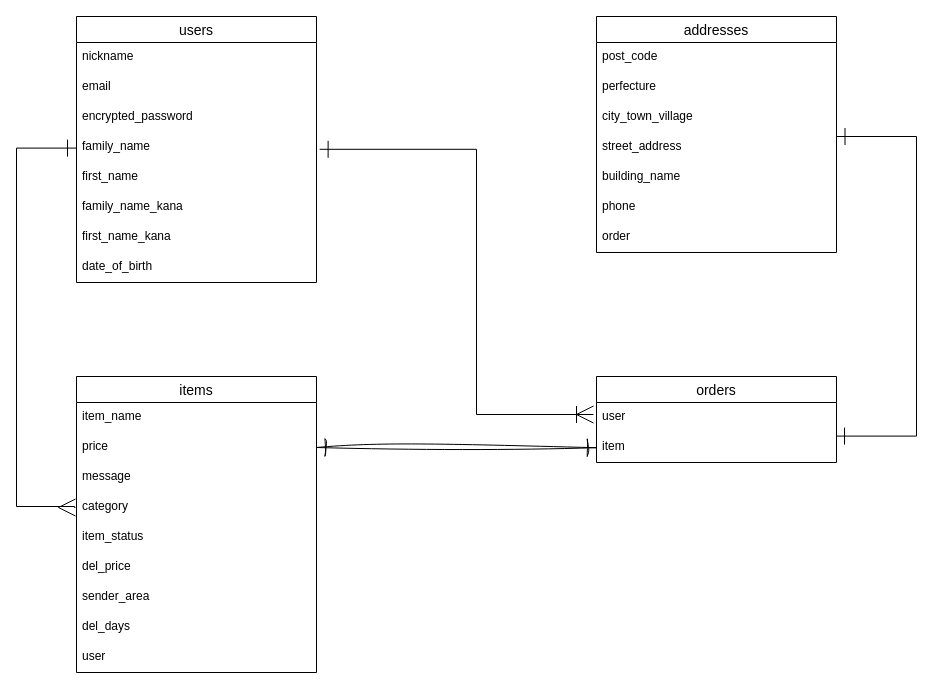
e-t-21/furima-39706 keeps this draw.io diagram as furima-39706.dio. Above is the earlier version. Source tidied: cells renumbered, new cells numbered last; positions are measured from the earlier drawing's top-left corner, leaving out a move shared by most shapes. Both pictures are drawn from the tidied source at 100%, with x=0, y=0 at pixel (16, 16).
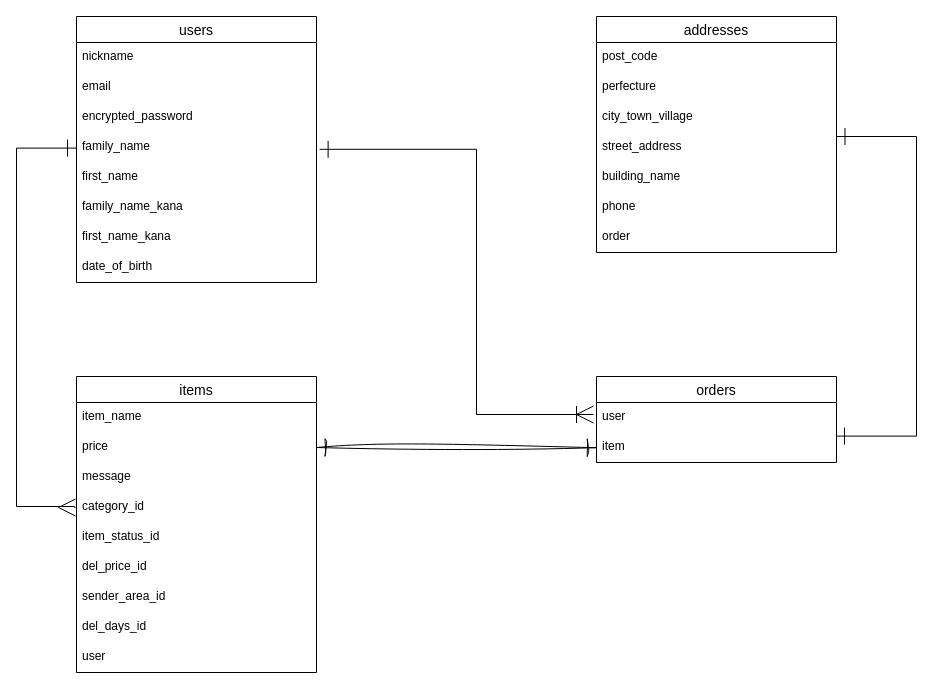
Above is the later version.

The change refers to these unchanged cells:
```xml
<mxCell id="11" value="items" style="swimlane;fontStyle=0;horizontal=1;startSize=26;align=center;fontSize=14;" parent="1" vertex="1">
  <mxGeometry x="60" y="360" width="240" height="296" as="geometry" />
</mxCell>
```

What changed in the source:
```diff
@@
-    <mxCell id="15" value="category" style="text;strokeColor=none;fillColor=none;spacingLeft=4;spacingRight=4;overflow=hidden;points=[[0,0.5],[1,0.5]];portConstraint=eastwest;fontSize=12;" parent="11" vertex="1">
+    <mxCell id="15" value="category_id" style="text;strokeColor=none;fillColor=none;spacingLeft=4;spacingRight=4;overflow=hidden;points=[[0,0.5],[1,0.5]];portConstraint=eastwest;fontSize=12;" parent="11" vertex="1">
       <mxGeometry y="116" width="240" height="30" as="geometry" />
     </mxCell>
-    <mxCell id="16" value="item_status" style="text;strokeColor=none;fillColor=none;spacingLeft=4;spacingRight=4;overflow=hidden;fontSize=12;" parent="11" vertex="1">
+    <mxCell id="16" value="item_status_id" style="text;strokeColor=none;fillColor=none;spacingLeft=4;spacingRight=4;overflow=hidden;fontSize=12;" parent="11" vertex="1">
       <mxGeometry y="146" width="240" height="30" as="geometry" />
     </mxCell>
-    <mxCell id="17" value="del_price" style="text;strokeColor=none;fillColor=none;spacingLeft=4;spacingRight=4;overflow=hidden;fontSize=12;" parent="11" vertex="1">
+    <mxCell id="17" value="del_price_id" style="text;strokeColor=none;fillColor=none;spacingLeft=4;spacingRight=4;overflow=hidden;fontSize=12;" parent="11" vertex="1">
       <mxGeometry y="176" width="240" height="30" as="geometry" />
     </mxCell>
-    <mxCell id="18" value="sender_area" style="text;strokeColor=none;fillColor=none;spacingLeft=4;spacingRight=4;overflow=hidden;fontSize=12;" parent="11" vertex="1">
+    <mxCell id="18" value="sender_area_id" style="text;strokeColor=none;fillColor=none;spacingLeft=4;spacingRight=4;overflow=hidden;fontSize=12;" parent="11" vertex="1">
       <mxGeometry y="206" width="240" height="30" as="geometry" />
     </mxCell>
-    <mxCell id="19" value="del_days" style="text;strokeColor=none;fillColor=none;spacingLeft=4;spacingRight=4;overflow=hidden;fontSize=12;" parent="11" vertex="1">
+    <mxCell id="19" value="del_days_id" style="text;strokeColor=none;fillColor=none;spacingLeft=4;spacingRight=4;overflow=hidden;fontSize=12;" parent="11" vertex="1">
       <mxGeometry y="236" width="240" height="30" as="geometry" />
     </mxCell>
```
